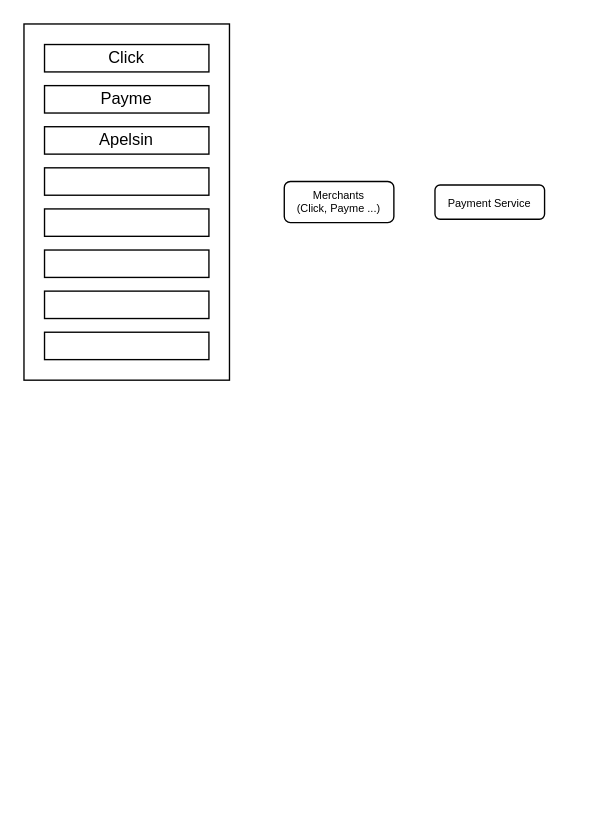
Earlier version of the draw.io diagram Диаграмма без названия.drawio (TimurDavranov/payment). Source tidied: cells renumbered, new cells numbered last; positions are measured from the earlier drawing's top-left corner, leaving out a move shared by most shapes. Both pictures are drawn from the tidied source at 137%, with x=0, y=0 at pixel (23, 23).
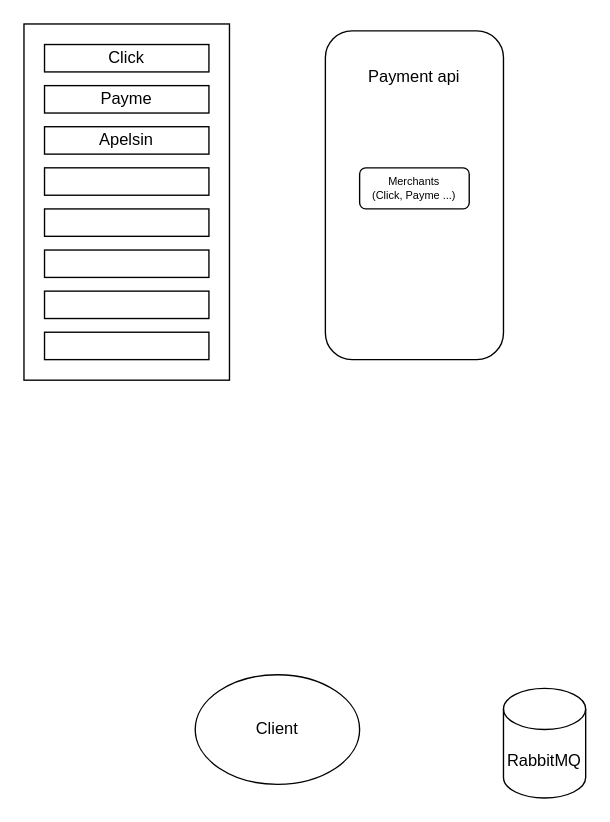
The same page after the edit.

Diff of the diagram source:
```diff
@@
 <mxGraphModel>
   <root>
     <mxCell id="0" />
     <mxCell id="1" parent="0" />
-    <mxCell id="2" value="&lt;font style=&quot;font-size: 8px;&quot;&gt;Payment Service&lt;/font&gt;" style="rounded=1;whiteSpace=wrap;html=1;" parent="1" vertex="1">
-      <mxGeometry x="300" y="117.5" width="80" height="25" as="geometry" />
-    </mxCell>
-    <mxCell id="3" value="&lt;p style=&quot;line-height: 120%; font-size: 8px;&quot;&gt;Merchants&lt;br&gt;(Click, Payme ...)&lt;/p&gt;" style="rounded=1;whiteSpace=wrap;html=1;" parent="1" vertex="1">
-      <mxGeometry x="190" y="115" width="80" height="30" as="geometry" />
-    </mxCell>
     <mxCell id="4" style="rounded=0;whiteSpace=wrap;html=1;" parent="1" vertex="1">
       <mxGeometry width="150" height="260" as="geometry" />
     </mxCell>
     <mxCell id="5" value="Click" style="rounded=0;whiteSpace=wrap;html=1;" parent="1" vertex="1">
       <mxGeometry x="15" y="15" width="120" height="20" as="geometry" />
     </mxCell>
     <mxCell id="6" value="Payme" style="rounded=0;whiteSpace=wrap;html=1;" parent="1" vertex="1">
       <mxGeometry x="15" y="45" width="120" height="20" as="geometry" />
     </mxCell>
     <mxCell id="7" value="Apelsin" style="rounded=0;whiteSpace=wrap;html=1;" parent="1" vertex="1">
       <mxGeometry x="15" y="75" width="120" height="20" as="geometry" />
     </mxCell>
     <mxCell id="8" style="rounded=0;whiteSpace=wrap;html=1;" parent="1" vertex="1">
       <mxGeometry x="15" y="105" width="120" height="20" as="geometry" />
     </mxCell>
     <mxCell id="9" style="rounded=0;whiteSpace=wrap;html=1;" parent="1" vertex="1">
       <mxGeometry x="15" y="135" width="120" height="20" as="geometry" />
     </mxCell>
     <mxCell id="10" style="rounded=0;whiteSpace=wrap;html=1;" parent="1" vertex="1">
       <mxGeometry x="15" y="165" width="120" height="20" as="geometry" />
     </mxCell>
     <mxCell id="11" style="rounded=0;whiteSpace=wrap;html=1;" parent="1" vertex="1">
       <mxGeometry x="15" y="195" width="120" height="20" as="geometry" />
     </mxCell>
     <mxCell id="12" style="rounded=0;whiteSpace=wrap;html=1;" parent="1" vertex="1">
       <mxGeometry x="15" y="225" width="120" height="20" as="geometry" />
     </mxCell>
+    <mxCell id="13" value="Payment api&lt;br&gt;&lt;br&gt;&lt;br&gt;&lt;br&gt;&lt;br&gt;&lt;br&gt;&lt;br&gt;&lt;br&gt;&lt;br&gt;&lt;br&gt;&lt;br&gt;&lt;br&gt;&lt;br&gt;" style="rounded=1;whiteSpace=wrap;html=1;" parent="1" vertex="1">
+      <mxGeometry x="220" y="5" width="130" height="240" as="geometry" />
+    </mxCell>
+    <mxCell id="3" value="&lt;p style=&quot;line-height: 120%; font-size: 8px;&quot;&gt;Merchants&lt;br&gt;(Click, Payme ...)&lt;/p&gt;" style="rounded=1;whiteSpace=wrap;html=1;" parent="1" vertex="1">
+      <mxGeometry x="245" y="105" width="80" height="30" as="geometry" />
+    </mxCell>
+    <mxCell id="14" value="Client" style="ellipse;whiteSpace=wrap;html=1;" parent="1" vertex="1">
+      <mxGeometry x="125" y="475" width="120" height="80" as="geometry" />
+    </mxCell>
+    <mxCell id="15" value="RabbitMQ" style="shape=cylinder3;whiteSpace=wrap;html=1;boundedLbl=1;backgroundOutline=1;size=15;" parent="1" vertex="1">
+      <mxGeometry x="350" y="485" width="60" height="80" as="geometry" />
+    </mxCell>
   </root>
 </mxGraphModel>
```
